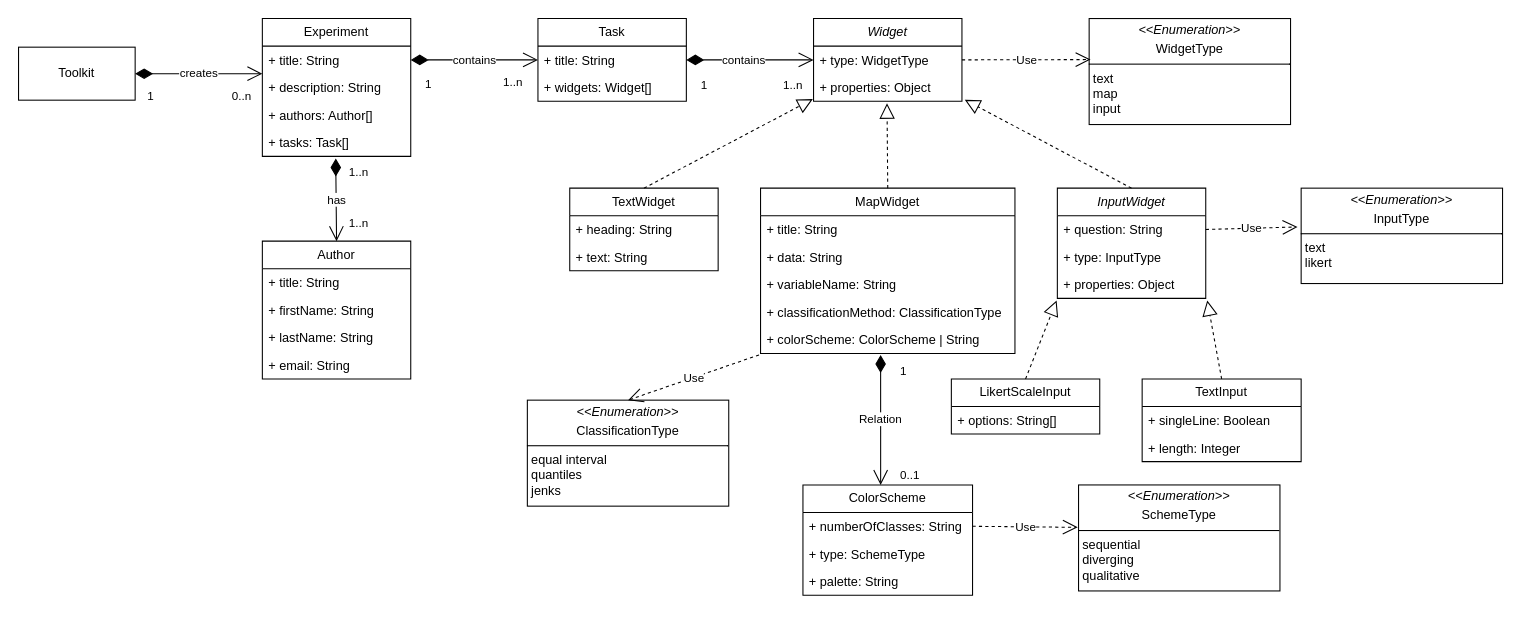
Earlier version of the draw.io diagram models/Model.drawio (aurioldegbelo/map-experiment-creation-toolkit). Source tidied: cells renumbered, new cells numbered last; positions are measured from the earlier drawing's top-left corner, leaving out a move shared by most shapes. Both pictures are drawn from the tidied source at 106%, with x=0, y=0 at pixel (18, 18).
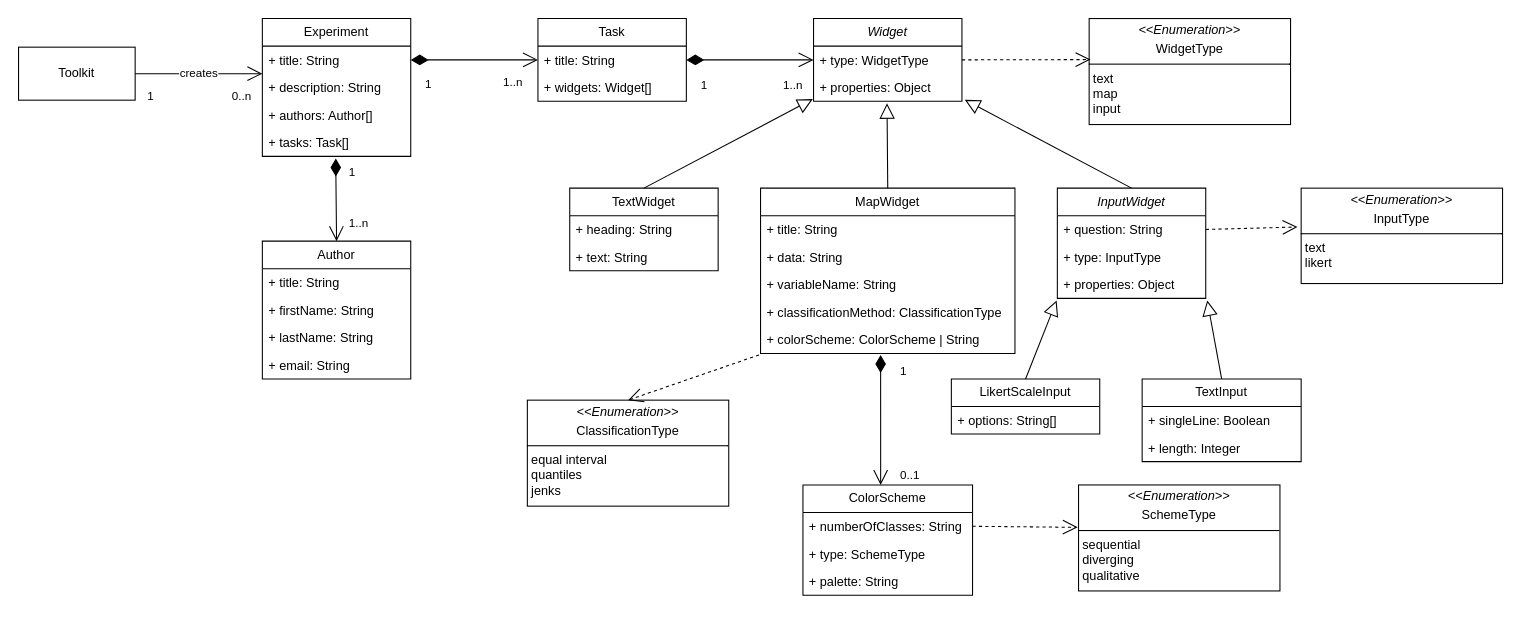
Above is the later version.

The change refers to these unchanged cells:
```xml
<mxCell id="2" value="Experiment" style="swimlane;fontStyle=0;horizontal=1;startSize=26;fillColor=none;whiteSpace=wrap;html=1;" parent="1" vertex="1">
  <mxGeometry x="230" width="140" height="130" as="geometry" />
</mxCell>
<mxCell id="3" value="+ title: String" style="text;strokeColor=none;fillColor=none;align=left;verticalAlign=top;spacingLeft=4;spacingRight=4;overflow=hidden;points=[[0,0.5],[1,0.5]];portConstraint=eastwest;whiteSpace=wrap;html=1;" parent="2" vertex="1">
  <mxGeometry y="26" width="140" height="26" as="geometry" />
</mxCell>
<mxCell id="6" value="+ tasks: Task[]" style="text;strokeColor=none;fillColor=none;align=left;verticalAlign=top;spacingLeft=4;spacingRight=4;overflow=hidden;points=[[0,0.5],[1,0.5]];portConstraint=eastwest;whiteSpace=wrap;html=1;" parent="2" vertex="1">
  <mxGeometry y="104" width="140" height="26" as="geometry" />
</mxCell>
<mxCell id="7" value="Task" style="swimlane;fontStyle=0;horizontal=1;startSize=26;fillColor=none;whiteSpace=wrap;html=1;" parent="1" vertex="1">
  <mxGeometry x="490" width="140" height="78" as="geometry" />
</mxCell>
<mxCell id="8" value="+ title: String" style="text;strokeColor=none;fillColor=none;align=left;verticalAlign=top;spacingLeft=4;spacingRight=4;overflow=hidden;points=[[0,0.5],[1,0.5]];portConstraint=eastwest;whiteSpace=wrap;html=1;" parent="7" vertex="1">
  <mxGeometry y="26" width="140" height="26" as="geometry" />
</mxCell>
<mxCell id="14" value="+ type: WidgetType&amp;nbsp;" style="text;strokeColor=none;fillColor=none;align=left;verticalAlign=top;spacingLeft=4;spacingRight=4;overflow=hidden;points=[[0,0.5],[1,0.5]];portConstraint=eastwest;whiteSpace=wrap;html=1;" parent="13" vertex="1">
  <mxGeometry y="26" width="140" height="26" as="geometry" />
</mxCell>
<mxCell id="15" value="+ properties: Object" style="text;strokeColor=none;fillColor=none;align=left;verticalAlign=top;spacingLeft=4;spacingRight=4;overflow=hidden;points=[[0,0.5],[1,0.5]];portConstraint=eastwest;whiteSpace=wrap;html=1;" parent="13" vertex="1">
  <mxGeometry y="52" width="140" height="26" as="geometry" />
</mxCell>
<mxCell id="19" value="Toolkit" style="html=1;whiteSpace=wrap;" parent="1" vertex="1">
  <mxGeometry y="27" width="110" height="50" as="geometry" />
</mxCell>
<mxCell id="23" value="&lt;p style=&quot;margin:0px;margin-top:4px;text-align:center;&quot;&gt;&lt;i&gt;&amp;lt;&amp;lt;Enumeration&amp;gt;&amp;gt;&lt;/i&gt;&lt;br&gt;&lt;/p&gt;&lt;p style=&quot;margin:0px;margin-top:4px;text-align:center;&quot;&gt;WidgetType&lt;/p&gt;&lt;hr size=&quot;1&quot; style=&quot;border-style:solid;&quot;&gt;&lt;p style=&quot;margin:0px;margin-left:4px;&quot;&gt;text&lt;/p&gt;&lt;p style=&quot;margin:0px;margin-left:4px;&quot;&gt;map&lt;/p&gt;&lt;p style=&quot;margin:0px;margin-left:4px;&quot;&gt;input&lt;/p&gt;&lt;p style=&quot;margin:0px;margin-left:4px;&quot;&gt;&lt;br&gt;&lt;/p&gt;" style="verticalAlign=top;align=left;overflow=fill;html=1;whiteSpace=wrap;" parent="1" vertex="1">
  <mxGeometry x="1010" width="190" height="100" as="geometry" />
</mxCell>
<mxCell id="24" value="&lt;p style=&quot;margin:0px;margin-top:4px;text-align:center;&quot;&gt;&lt;i&gt;&amp;lt;&amp;lt;Enumeration&amp;gt;&amp;gt;&lt;/i&gt;&lt;br&gt;&lt;/p&gt;&lt;p style=&quot;margin:0px;margin-top:4px;text-align:center;&quot;&gt;InputType&lt;/p&gt;&lt;hr size=&quot;1&quot; style=&quot;border-style:solid;&quot;&gt;&lt;p style=&quot;margin:0px;margin-left:4px;&quot;&gt;text&lt;/p&gt;&lt;p style=&quot;margin:0px;margin-left:4px;&quot;&gt;likert&lt;/p&gt;&lt;p style=&quot;margin:0px;margin-left:4px;&quot;&gt;&lt;br&gt;&lt;/p&gt;" style="verticalAlign=top;align=left;overflow=fill;html=1;whiteSpace=wrap;" parent="1" vertex="1">
  <mxGeometry x="1210" y="160" width="190" height="90" as="geometry" />
</mxCell>
<mxCell id="25" value="TextWidget" style="swimlane;fontStyle=0;horizontal=1;startSize=26;fillColor=none;whiteSpace=wrap;html=1;" parent="1" vertex="1">
  <mxGeometry x="520" y="160" width="140" height="78" as="geometry" />
</mxCell>
<mxCell id="28" value="MapWidget" style="swimlane;fontStyle=0;horizontal=1;startSize=26;fillColor=none;whiteSpace=wrap;html=1;" parent="1" vertex="1">
  <mxGeometry x="700" y="160" width="240" height="156" as="geometry" />
</mxCell>
<mxCell id="33" value="+ colorScheme: ColorScheme | String" style="text;strokeColor=none;fillColor=none;align=left;verticalAlign=top;spacingLeft=4;spacingRight=4;overflow=hidden;points=[[0,0.5],[1,0.5]];portConstraint=eastwest;whiteSpace=wrap;html=1;" parent="28" vertex="1">
  <mxGeometry y="130" width="240" height="26" as="geometry" />
</mxCell>
<mxCell id="34" value="&lt;i&gt;InputWidget&lt;/i&gt;" style="swimlane;fontStyle=0;horizontal=1;startSize=26;fillColor=none;whiteSpace=wrap;html=1;" parent="1" vertex="1">
  <mxGeometry x="980" y="160" width="140" height="104" as="geometry" />
</mxCell>
<mxCell id="35" value="+ question: String" style="text;strokeColor=none;fillColor=none;align=left;verticalAlign=top;spacingLeft=4;spacingRight=4;overflow=hidden;points=[[0,0.5],[1,0.5]];portConstraint=eastwest;whiteSpace=wrap;html=1;" parent="34" vertex="1">
  <mxGeometry y="26" width="140" height="26" as="geometry" />
</mxCell>
<mxCell id="37" value="+ properties: Object&lt;div&gt;&lt;br&gt;&lt;/div&gt;" style="text;strokeColor=none;fillColor=none;align=left;verticalAlign=top;spacingLeft=4;spacingRight=4;overflow=hidden;points=[[0,0.5],[1,0.5]];portConstraint=eastwest;whiteSpace=wrap;html=1;" parent="34" vertex="1">
  <mxGeometry y="78" width="140" height="26" as="geometry" />
</mxCell>
<mxCell id="41" value="LikertScaleInput" style="swimlane;fontStyle=0;horizontal=1;startSize=26;fillColor=none;whiteSpace=wrap;html=1;" parent="1" vertex="1">
  <mxGeometry x="880" y="340" width="140" height="52" as="geometry" />
</mxCell>
<mxCell id="44" value="TextInput" style="swimlane;fontStyle=0;horizontal=1;startSize=26;fillColor=none;whiteSpace=wrap;html=1;" parent="1" vertex="1">
  <mxGeometry x="1060" y="340" width="150" height="78" as="geometry" />
</mxCell>
<mxCell id="48" value="Author" style="swimlane;fontStyle=0;horizontal=1;startSize=26;fillColor=none;whiteSpace=wrap;html=1;" parent="1" vertex="1">
  <mxGeometry x="230" y="210" width="140" height="130" as="geometry" />
</mxCell>
<mxCell id="56" value="&lt;p style=&quot;margin:0px;margin-top:4px;text-align:center;&quot;&gt;&lt;i&gt;&amp;lt;&amp;lt;Enumeration&amp;gt;&amp;gt;&lt;/i&gt;&lt;br&gt;&lt;/p&gt;&lt;p style=&quot;margin:0px;margin-top:4px;text-align:center;&quot;&gt;ClassificationType&lt;/p&gt;&lt;hr size=&quot;1&quot; style=&quot;border-style:solid;&quot;&gt;&lt;p style=&quot;margin:0px;margin-left:4px;&quot;&gt;&lt;span style=&quot;background-color: initial;&quot;&gt;equal interval&lt;/span&gt;&lt;br&gt;&lt;/p&gt;&lt;p style=&quot;margin:0px;margin-left:4px;&quot;&gt;&lt;span style=&quot;background-color: initial;&quot;&gt;quantiles&lt;/span&gt;&lt;/p&gt;&lt;p style=&quot;margin:0px;margin-left:4px;&quot;&gt;&lt;span style=&quot;background-color: initial;&quot;&gt;jenks&lt;/span&gt;&lt;/p&gt;&lt;p style=&quot;margin:0px;margin-left:4px;&quot;&gt;&lt;br&gt;&lt;/p&gt;" style="verticalAlign=top;align=left;overflow=fill;html=1;whiteSpace=wrap;" parent="1" vertex="1">
  <mxGeometry x="480" y="360" width="190" height="100" as="geometry" />
</mxCell>
<mxCell id="60" value="&lt;p style=&quot;margin:0px;margin-top:4px;text-align:center;&quot;&gt;&lt;i&gt;&amp;lt;&amp;lt;Enumeration&amp;gt;&amp;gt;&lt;/i&gt;&lt;br&gt;&lt;/p&gt;&lt;p style=&quot;margin:0px;margin-top:4px;text-align:center;&quot;&gt;SchemeType&lt;/p&gt;&lt;hr size=&quot;1&quot; style=&quot;border-style:solid;&quot;&gt;&lt;p style=&quot;margin:0px;margin-left:4px;&quot;&gt;&lt;span style=&quot;background-color: initial;&quot;&gt;sequential&lt;/span&gt;&lt;br&gt;&lt;/p&gt;&lt;p style=&quot;margin:0px;margin-left:4px;&quot;&gt;diverging&lt;/p&gt;&lt;p style=&quot;margin:0px;margin-left:4px;&quot;&gt;qualitative&lt;/p&gt;" style="verticalAlign=top;align=left;overflow=fill;html=1;whiteSpace=wrap;" parent="1" vertex="1">
  <mxGeometry x="1000" y="440" width="190" height="100" as="geometry" />
</mxCell>
<mxCell id="62" value="ColorScheme" style="swimlane;fontStyle=0;horizontal=1;startSize=26;fillColor=none;whiteSpace=wrap;html=1;" parent="1" vertex="1">
  <mxGeometry x="740" y="440" width="160" height="104" as="geometry" />
</mxCell>
<mxCell id="63" value="+ numberOfClasses: String" style="text;strokeColor=none;fillColor=none;align=left;verticalAlign=top;spacingLeft=4;spacingRight=4;overflow=hidden;points=[[0,0.5],[1,0.5]];portConstraint=eastwest;whiteSpace=wrap;html=1;" parent="62" vertex="1">
  <mxGeometry y="26" width="160" height="26" as="geometry" />
</mxCell>
```

The edit, as a diff of the source:
```diff
@@
-    <mxCell id="10" value="contains" style="endArrow=open;html=1;endSize=12;startArrow=diamondThin;startSize=14;startFill=1;edgeStyle=orthogonalEdgeStyle;rounded=0;exitX=1;exitY=0.5;exitDx=0;exitDy=0;" parent="1" edge="1" source="3" target="7">
+    <mxCell id="10" style="endArrow=open;html=1;endSize=12;startArrow=diamondThin;startSize=14;startFill=1;edgeStyle=orthogonalEdgeStyle;rounded=0;exitX=1;exitY=0.5;exitDx=0;exitDy=0;" parent="1" edge="1" source="3" target="7">
       <mxGeometry relative="1" as="geometry" />
     </mxCell>
@@
-    <mxCell id="16" value="contains" style="endArrow=open;html=1;endSize=12;startArrow=diamondThin;startSize=14;startFill=1;edgeStyle=orthogonalEdgeStyle;rounded=0;entryX=0;entryY=0.5;entryDx=0;entryDy=0;exitX=1;exitY=0.5;exitDx=0;exitDy=0;" parent="1" edge="1" source="8" target="14">
+    <mxCell id="16" style="endArrow=open;html=1;endSize=12;startArrow=diamondThin;startSize=14;startFill=1;edgeStyle=orthogonalEdgeStyle;rounded=0;entryX=0;entryY=0.5;entryDx=0;entryDy=0;exitX=1;exitY=0.5;exitDx=0;exitDy=0;" parent="1" edge="1" source="8" target="14">
       <mxGeometry x="-0.1" relative="1" as="geometry">
         <Array as="points">
           <mxPoint x="680" y="39" />
           <mxPoint x="680" y="39" />
         </Array>
       </mxGeometry>
     </mxCell>
@@
-    <mxCell id="20" value="creates" style="endArrow=open;html=1;endSize=12;startArrow=diamondThin;startSize=14;startFill=1;edgeStyle=orthogonalEdgeStyle;rounded=0;exitX=1;exitY=0.5;exitDx=0;exitDy=0;" parent="1" edge="1" source="19" target="2">
+    <mxCell id="20" value="creates" style="endArrow=open;html=1;endSize=12;startArrow=none;startSize=14;startFill=0;edgeStyle=orthogonalEdgeStyle;rounded=0;exitX=1;exitY=0.5;exitDx=0;exitDy=0;" parent="1" edge="1" source="19" target="2">
       <mxGeometry relative="1" as="geometry">
         <Array as="points">
           <mxPoint x="210" y="52" />
           <mxPoint x="210" y="52" />
         </Array>
       </mxGeometry>
     </mxCell>
@@
-    <mxCell id="38" style="endArrow=block;dashed=1;endFill=0;endSize=12;html=1;rounded=0;exitX=0.5;exitY=0;exitDx=0;exitDy=0;entryX=-0.005;entryY=0.923;entryDx=0;entryDy=0;entryPerimeter=0;" parent="1" edge="1" source="25" target="15">
+    <mxCell id="38" style="endArrow=block;endFill=0;endSize=12;html=1;rounded=0;exitX=0.5;exitY=0;exitDx=0;exitDy=0;entryX=-0.005;entryY=0.923;entryDx=0;entryDy=0;entryPerimeter=0;" parent="1" edge="1" source="25" target="15">
       <mxGeometry relative="1" as="geometry" />
     </mxCell>
-    <mxCell id="39" style="endArrow=block;dashed=1;endFill=0;endSize=12;html=1;rounded=0;entryX=0.495;entryY=1.077;entryDx=0;entryDy=0;entryPerimeter=0;exitX=0.5;exitY=0;exitDx=0;exitDy=0;" parent="1" edge="1" source="28" target="15">
+    <mxCell id="39" style="endArrow=block;endFill=0;endSize=12;html=1;rounded=0;entryX=0.495;entryY=1.077;entryDx=0;entryDy=0;entryPerimeter=0;exitX=0.5;exitY=0;exitDx=0;exitDy=0;" parent="1" edge="1" source="28" target="15">
       <mxGeometry relative="1" as="geometry" />
     </mxCell>
-    <mxCell id="40" style="endArrow=block;dashed=1;endFill=0;endSize=12;html=1;rounded=0;exitX=0.5;exitY=0;exitDx=0;exitDy=0;entryX=1.019;entryY=0.949;entryDx=0;entryDy=0;entryPerimeter=0;" parent="1" edge="1" source="34" target="15">
+    <mxCell id="40" style="endArrow=block;endFill=0;endSize=12;html=1;rounded=0;exitX=0.5;exitY=0;exitDx=0;exitDy=0;entryX=1.019;entryY=0.949;entryDx=0;entryDy=0;entryPerimeter=0;" parent="1" edge="1" source="34" target="15">
       <mxGeometry relative="1" as="geometry" />
     </mxCell>
@@
-    <mxCell id="43" style="endArrow=block;dashed=1;endFill=0;endSize=12;html=1;rounded=0;exitX=0.5;exitY=0;exitDx=0;exitDy=0;entryX=-0.005;entryY=1.077;entryDx=0;entryDy=0;entryPerimeter=0;" parent="1" edge="1" source="41" target="37">
+    <mxCell id="43" style="endArrow=block;endFill=0;endSize=12;html=1;rounded=0;exitX=0.5;exitY=0;exitDx=0;exitDy=0;entryX=-0.005;entryY=1.077;entryDx=0;entryDy=0;entryPerimeter=0;" parent="1" edge="1" source="41" target="37">
       <mxGeometry relative="1" as="geometry" />
     </mxCell>
@@
-    <mxCell id="47" style="endArrow=block;dashed=1;endFill=0;endSize=12;html=1;rounded=0;exitX=0.5;exitY=0;exitDx=0;exitDy=0;entryX=1.01;entryY=1.077;entryDx=0;entryDy=0;entryPerimeter=0;" parent="1" edge="1" source="44" target="37">
+    <mxCell id="47" style="endArrow=block;endFill=0;endSize=12;html=1;rounded=0;exitX=0.5;exitY=0;exitDx=0;exitDy=0;entryX=1.01;entryY=1.077;entryDx=0;entryDy=0;entryPerimeter=0;" parent="1" edge="1" source="44" target="37">
       <mxGeometry relative="1" as="geometry" />
     </mxCell>
@@
-    <mxCell id="53" value="has" style="endArrow=open;html=1;endSize=12;startArrow=diamondThin;startSize=14;startFill=1;edgeStyle=orthogonalEdgeStyle;rounded=0;entryX=0.5;entryY=0;entryDx=0;entryDy=0;exitX=0.495;exitY=1.077;exitDx=0;exitDy=0;exitPerimeter=0;" parent="1" edge="1" source="6" target="48">
+    <mxCell id="53" style="endArrow=open;html=1;endSize=12;startArrow=diamondThin;startSize=14;startFill=1;edgeStyle=orthogonalEdgeStyle;rounded=0;entryX=0.5;entryY=0;entryDx=0;entryDy=0;exitX=0.495;exitY=1.077;exitDx=0;exitDy=0;exitPerimeter=0;" parent="1" edge="1" source="6" target="48">
       <mxGeometry relative="1" as="geometry">
         <Array as="points">
           <mxPoint x="299" y="140" />
         </Array>
       </mxGeometry>
     </mxCell>
-    <mxCell id="54" value="1..n" style="edgeLabel;html=1;align=left;verticalAlign=top;" parent="53" vertex="1">
+    <mxCell id="54" value="1" style="edgeLabel;html=1;align=left;verticalAlign=top;" parent="53" vertex="1">
       <mxGeometry x="-1" relative="1" as="geometry">
         <mxPoint x="11" as="offset" />
       </mxGeometry>
     </mxCell>
@@
-    <mxCell id="57" value="Use" style="endArrow=open;endSize=12;dashed=1;html=1;rounded=0;exitX=-0.006;exitY=1.051;exitDx=0;exitDy=0;exitPerimeter=0;entryX=0.5;entryY=0;entryDx=0;entryDy=0;" parent="1" edge="1" source="33" target="56">
+    <mxCell id="57" style="endArrow=open;endSize=12;dashed=1;html=1;rounded=0;exitX=-0.006;exitY=1.051;exitDx=0;exitDy=0;exitPerimeter=0;entryX=0.5;entryY=0;entryDx=0;entryDy=0;" parent="1" edge="1" source="33" target="56">
       <mxGeometry relative="1" as="geometry" />
     </mxCell>
-    <mxCell id="58" value="Use" style="endArrow=open;endSize=12;dashed=1;html=1;rounded=0;exitX=1;exitY=0.5;exitDx=0;exitDy=0;entryX=0.007;entryY=0.387;entryDx=0;entryDy=0;entryPerimeter=0;" parent="1" edge="1" source="14" target="23">
+    <mxCell id="58" style="endArrow=open;endSize=12;dashed=1;html=1;rounded=0;exitX=1;exitY=0.5;exitDx=0;exitDy=0;entryX=0.007;entryY=0.387;entryDx=0;entryDy=0;entryPerimeter=0;" parent="1" edge="1" source="14" target="23">
       <mxGeometry relative="1" as="geometry" />
     </mxCell>
-    <mxCell id="59" value="Use" style="endArrow=open;endSize=12;dashed=1;html=1;rounded=0;exitX=1;exitY=0.5;exitDx=0;exitDy=0;entryX=-0.018;entryY=0.407;entryDx=0;entryDy=0;entryPerimeter=0;" parent="1" edge="1" source="35" target="24">
+    <mxCell id="59" style="endArrow=open;endSize=12;dashed=1;html=1;rounded=0;exitX=1;exitY=0.5;exitDx=0;exitDy=0;entryX=-0.018;entryY=0.407;entryDx=0;entryDy=0;entryPerimeter=0;" parent="1" edge="1" source="35" target="24">
       <mxGeometry relative="1" as="geometry" />
     </mxCell>
@@
-    <mxCell id="61" value="Use" style="endArrow=open;endSize=12;dashed=1;html=1;rounded=0;exitX=1;exitY=0.5;exitDx=0;exitDy=0;entryX=-0.004;entryY=0.4;entryDx=0;entryDy=0;entryPerimeter=0;" parent="1" edge="1" source="63" target="60">
+    <mxCell id="61" style="endArrow=open;endSize=12;dashed=1;html=1;rounded=0;exitX=1;exitY=0.5;exitDx=0;exitDy=0;entryX=-0.004;entryY=0.4;entryDx=0;entryDy=0;entryPerimeter=0;" parent="1" edge="1" source="63" target="60">
       <mxGeometry relative="1" as="geometry" />
     </mxCell>
@@
-    <mxCell id="66" value="Relation" style="endArrow=open;html=1;endSize=12;startArrow=diamondThin;startSize=14;startFill=1;edgeStyle=orthogonalEdgeStyle;rounded=0;exitX=0.472;exitY=1.051;exitDx=0;exitDy=0;exitPerimeter=0;" parent="1" edge="1" source="33" target="62">
+    <mxCell id="66" style="endArrow=open;html=1;endSize=12;startArrow=diamondThin;startSize=14;startFill=1;edgeStyle=orthogonalEdgeStyle;rounded=0;exitX=0.472;exitY=1.051;exitDx=0;exitDy=0;exitPerimeter=0;" parent="1" edge="1" source="33" target="62">
       <mxGeometry relative="1" as="geometry">
         <Array as="points">
           <mxPoint x="813" y="390" />
           <mxPoint x="813" y="390" />
         </Array>
       </mxGeometry>
     </mxCell>
```
